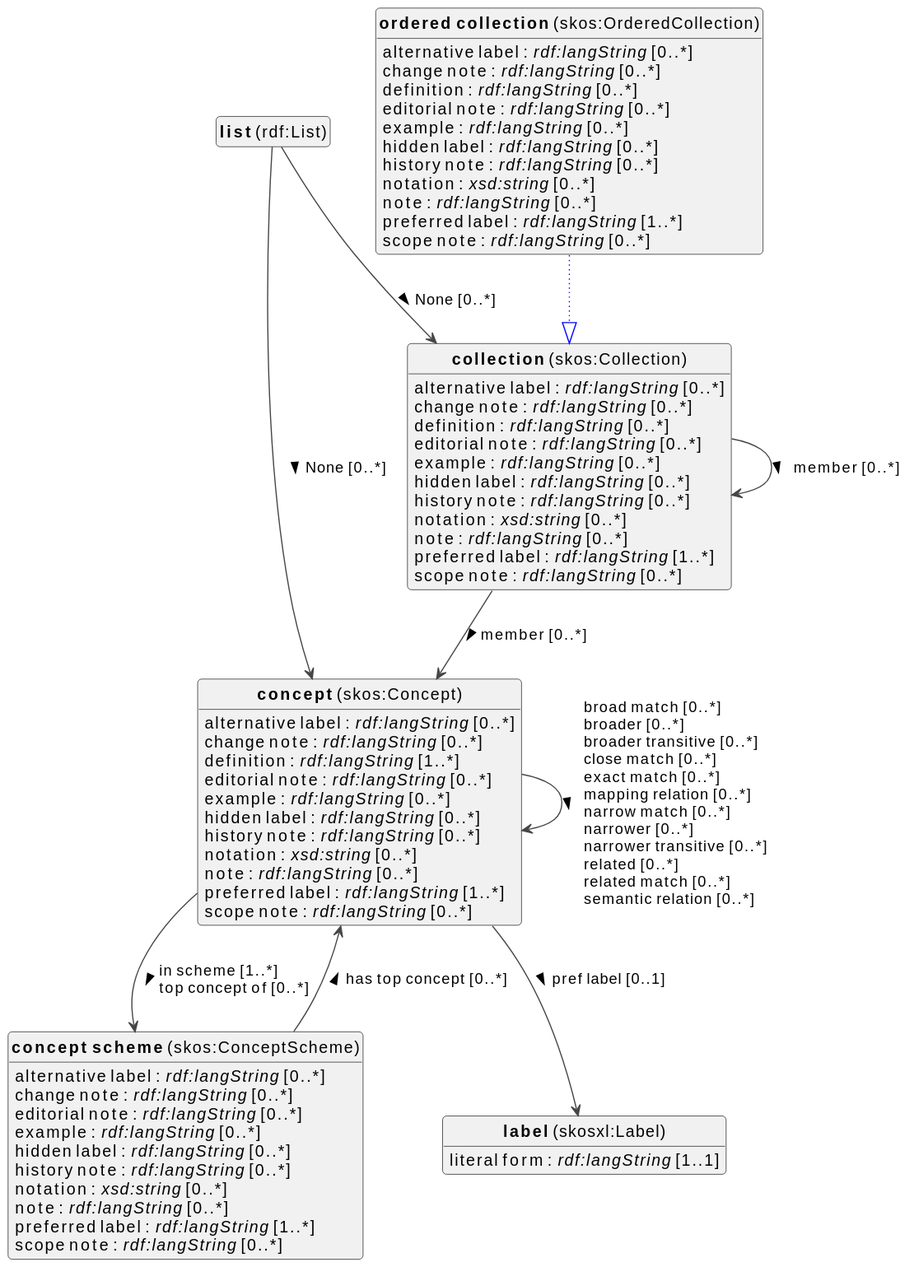
The PlantUML diagram docs/metadata/knowledge-graph/0.0.1/terms/en/terms-diagram.svg in viaacode/documentation-jekyll, before a commit.
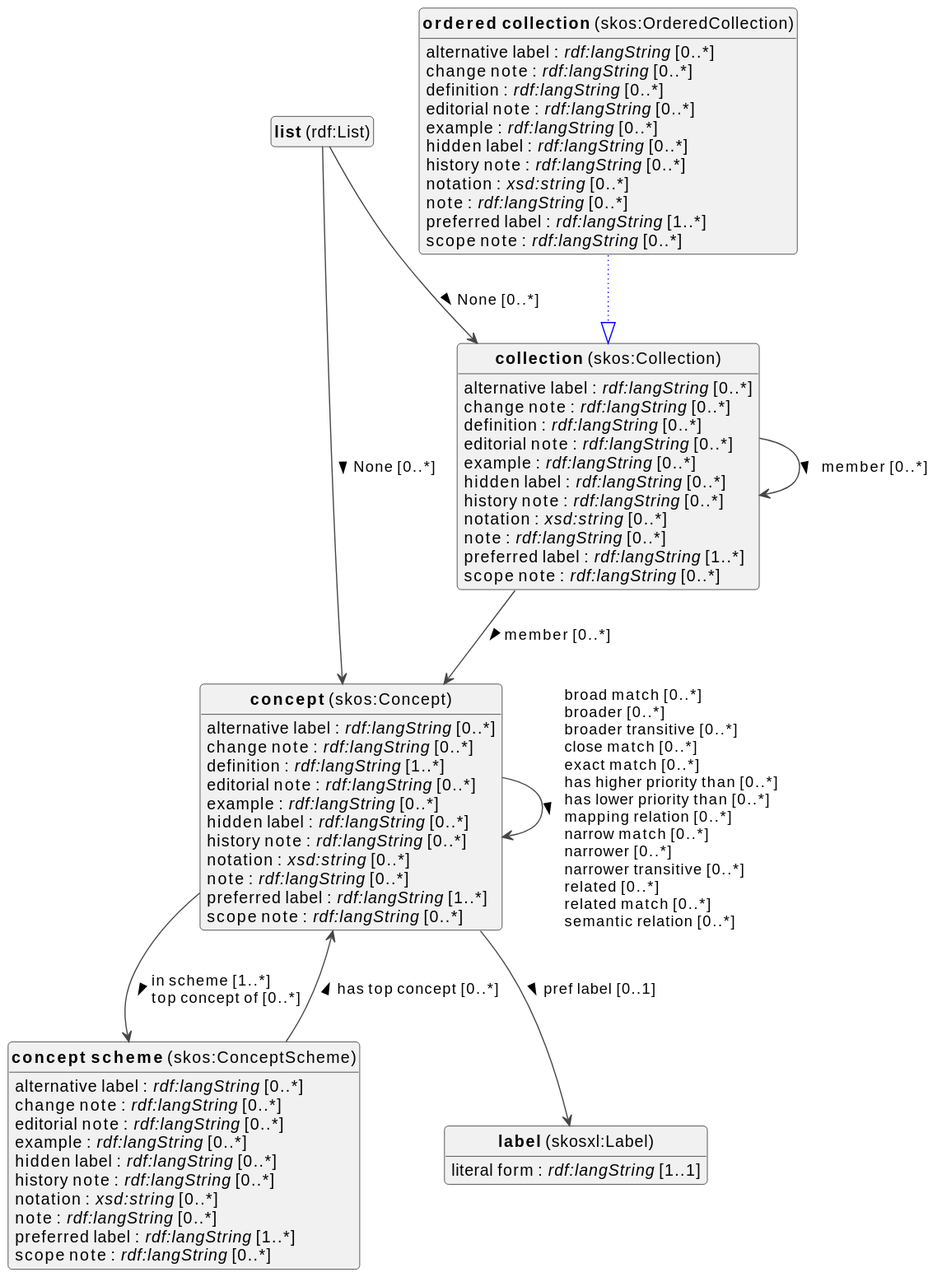
Above is the later version.

What changed in the source:
```diff
@@ -48,7 +48,7 @@
 skos_Concept : preferred label : <i>rdf:langString</i> [1..*]
 skos_Concept : scope note : <i>rdf:langString</i> [0..*]
 
-skos_Concept --> skos_Concept :broad match [0..*]  \lbroader [0..*]  \lbroader transitive [0..*]  \lclose match [0..*]  \lexact match [0..*]  \lmapping relation [0..*]  \lnarrow match [0..*]  \lnarrower [0..*]  \lnarrower transitive [0..*]  \lrelated [0..*]  \lrelated match [0..*]  \lsemantic relation [0..*]  >
+skos_Concept --> skos_Concept :broad match [0..*]  \lbroader [0..*]  \lbroader transitive [0..*]  \lclose match [0..*]  \lexact match [0..*]  \lhas higher priority than [0..*]  \lhas lower priority than [0..*]  \lmapping relation [0..*]  \lnarrow match [0..*]  \lnarrower [0..*]  \lnarrower transitive [0..*]  \lrelated [0..*]  \lrelated match [0..*]  \lsemantic relation [0..*]  >
 skos_Concept --> skos_ConceptScheme :in scheme [1..*]  \ltop concept of [0..*]  >
 skos_Concept --> skosxl_Label :pref label [0..1]  >
 
```
